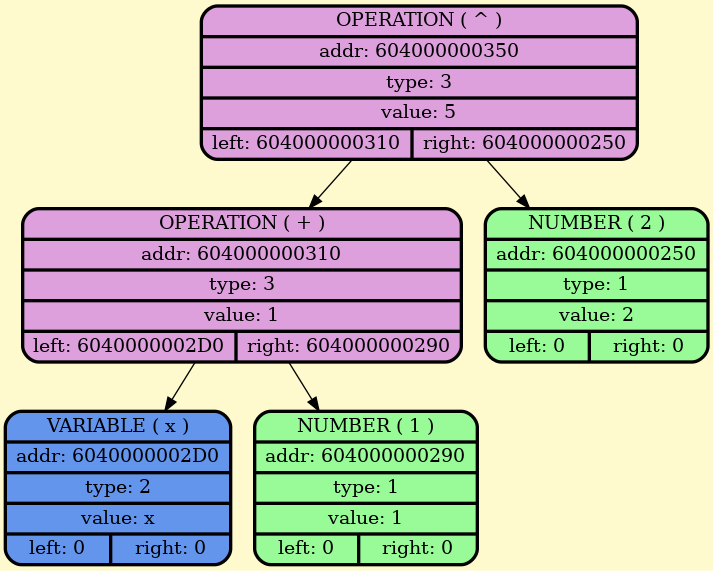
Before: dumpGraph/rootSimpl.png, a diagram exported from Graphviz (BulgakovDmitry/differentiator). Its source is kept beside it as dumpGraph/rootSimpl.gv.
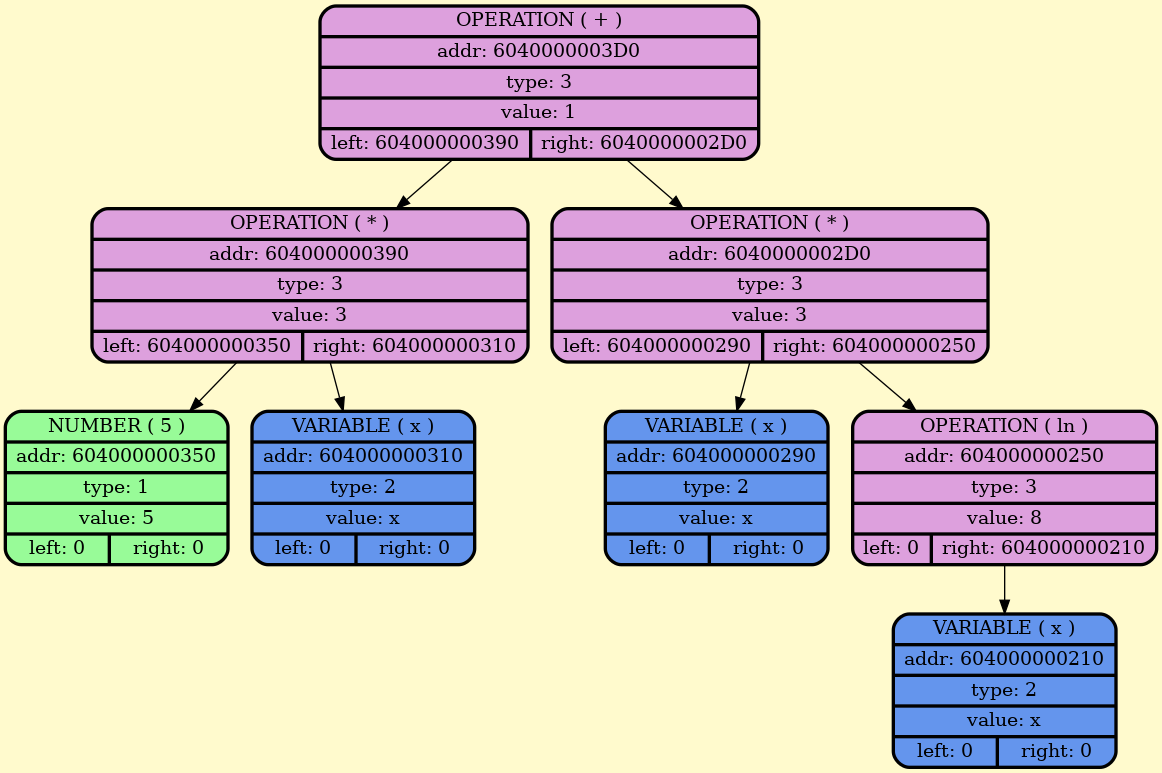
Later version of the same file.

Diff of the diagram source:
```diff
@@ -2,13 +2,19 @@
     node [style=filled, fontcolor=darkblue, fillcolor=peachpuff, color="#252A34", penwidth=2.5];
     bgcolor="lemonchiffon";
 
-node_0x604000000350 [shape=Mrecord; style = filled; fillcolor=plum; color = "#000000"; fontcolor = "#000000";label=" {OPERATION ( ^ ) | addr: 604000000350 | type: 3 | value: 5 | {left: 604000000310 | right: 604000000250}} "];
-node_0x604000000310 [shape=Mrecord; style = filled; fillcolor=plum; color = "#000000"; fontcolor = "#000000";label=" {OPERATION ( + ) | addr: 604000000310 | type: 3 | value: 1 | {left: 6040000002D0 | right: 604000000290}} "];
-    node_0x6040000002d0 [shape=Mrecord; style = filled; fillcolor = cornflowerblue; color = "#000000"; fontcolor = "#000000";  label="  {VARIABLE ( x )| addr: 6040000002D0 | type: 2| value: x | {left: 0 | right: 0}} "];
-    node_0x604000000290 [shape=Mrecord; style = filled; fillcolor = palegreen; color = "#000000"; fontcolor = "#000000";  label="  {NUMBER ( 1 )| addr: 604000000290 | type: 1| value: 1 | {left: 0 | right: 0}} "];
-    node_0x604000000250 [shape=Mrecord; style = filled; fillcolor = palegreen; color = "#000000"; fontcolor = "#000000";  label="  {NUMBER ( 2 )| addr: 604000000250 | type: 1| value: 2 | {left: 0 | right: 0}} "];
-    node_0x604000000350 -> node_0x604000000310;
-    node_0x604000000310 -> node_0x6040000002d0;
-    node_0x604000000310 -> node_0x604000000290;
-    node_0x604000000350 -> node_0x604000000250;
+node_0x6040000003d0 [shape=Mrecord; style = filled; fillcolor=plum; color = "#000000"; fontcolor = "#000000";label=" {OPERATION ( + ) | addr: 6040000003D0 | type: 3 | value: 1 | {left: 604000000390 | right: 6040000002D0}} "];
+node_0x604000000390 [shape=Mrecord; style = filled; fillcolor=plum; color = "#000000"; fontcolor = "#000000";label=" {OPERATION ( * ) | addr: 604000000390 | type: 3 | value: 3 | {left: 604000000350 | right: 604000000310}} "];
+    node_0x604000000350 [shape=Mrecord; style = filled; fillcolor = palegreen; color = "#000000"; fontcolor = "#000000";  label="  {NUMBER ( 5 )| addr: 604000000350 | type: 1| value: 5 | {left: 0 | right: 0}} "];
+    node_0x604000000310 [shape=Mrecord; style = filled; fillcolor = cornflowerblue; color = "#000000"; fontcolor = "#000000";  label="  {VARIABLE ( x )| addr: 604000000310 | type: 2| value: x | {left: 0 | right: 0}} "];
+node_0x6040000002d0 [shape=Mrecord; style = filled; fillcolor=plum; color = "#000000"; fontcolor = "#000000";label=" {OPERATION ( * ) | addr: 6040000002D0 | type: 3 | value: 3 | {left: 604000000290 | right: 604000000250}} "];
+    node_0x604000000290 [shape=Mrecord; style = filled; fillcolor = cornflowerblue; color = "#000000"; fontcolor = "#000000";  label="  {VARIABLE ( x )| addr: 604000000290 | type: 2| value: x | {left: 0 | right: 0}} "];
+node_0x604000000250 [shape=Mrecord; style = filled; fillcolor=plum; color = "#000000"; fontcolor = "#000000";label=" {OPERATION ( ln ) | addr: 604000000250 | type: 3 | value: 8 | {left: 0 | right: 604000000210}} "];
+    node_0x604000000210 [shape=Mrecord; style = filled; fillcolor = cornflowerblue; color = "#000000"; fontcolor = "#000000";  label="  {VARIABLE ( x )| addr: 604000000210 | type: 2| value: x | {left: 0 | right: 0}} "];
+    node_0x6040000003d0 -> node_0x604000000390;
+    node_0x604000000390 -> node_0x604000000350;
+    node_0x604000000390 -> node_0x604000000310;
+    node_0x6040000003d0 -> node_0x6040000002d0;
+    node_0x6040000002d0 -> node_0x604000000290;
+    node_0x6040000002d0 -> node_0x604000000250;
+    node_0x604000000250 -> node_0x604000000210;
 }
```
